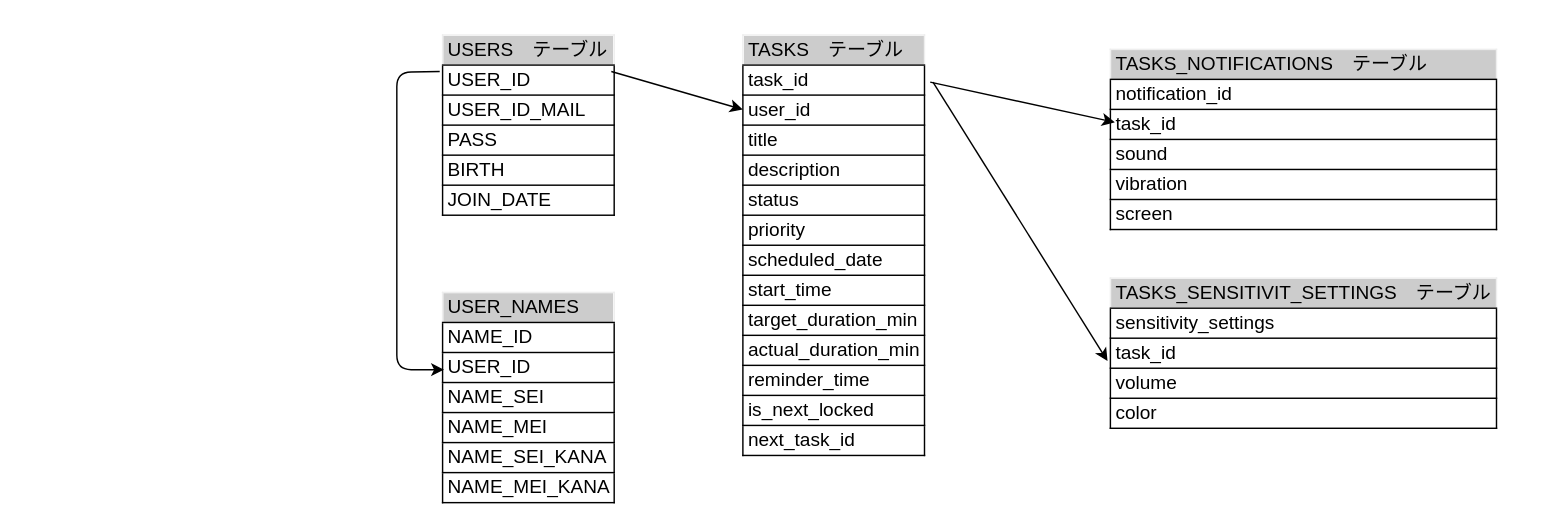
Earlier version of the draw.io diagram page "ER図" (2 of 7) of 遷移図/Whole.drawio (ooese/FocusStep). Source tidied: cells renumbered, new cells numbered last; positions are measured from the earlier drawing's top-left corner, leaving out a move shared by most shapes. Both pictures are drawn from the tidied source at 143%, with x=0, y=0 at pixel (396, 24).
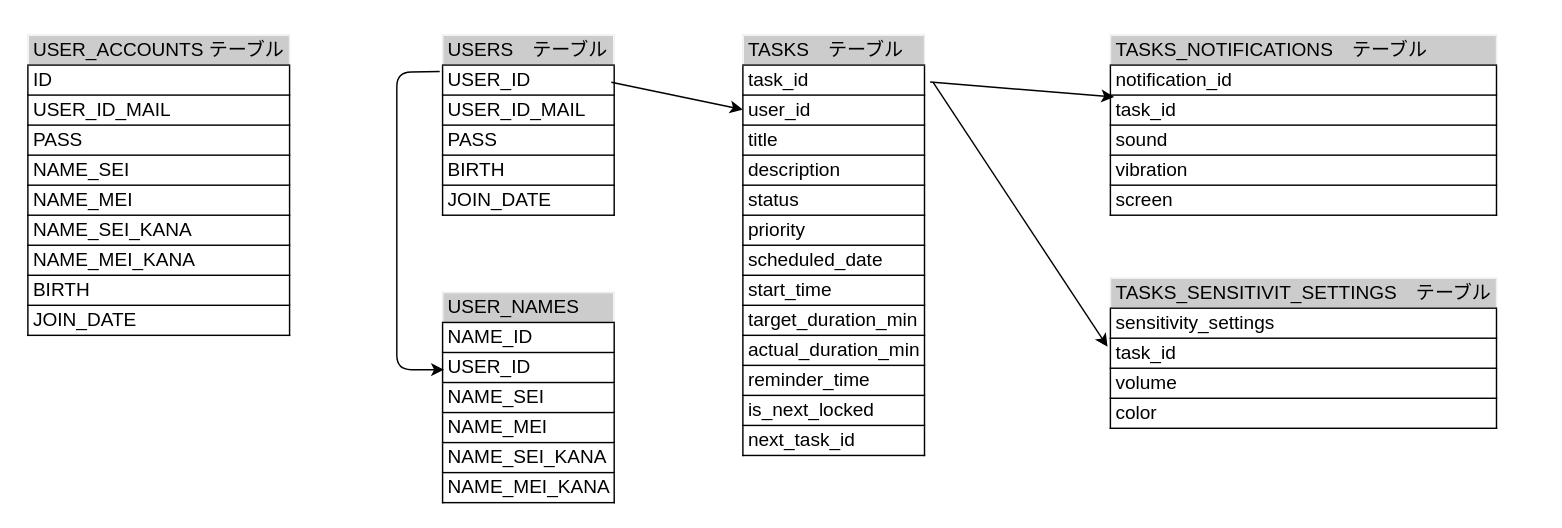
The same page after the edit.

Change to the diagram source:
```diff
@@
 <mxGraphModel>
   <root>
     <mxCell id="0" />
     <mxCell id="1" parent="0" />
     <mxCell id="2" value="&lt;table xmlns=&quot;http://www.w3.org/1999/xhtml&quot; cellspacing=&quot;0&quot; cellpadding=&quot;0&quot; dir=&quot;ltr&quot; border=&quot;1&quot; style=&quot;table-layout:fixed;font-size:10pt;font-family:Arial;width:0px;border-collapse:collapse;border:none&quot;&gt;&lt;colgroup&gt;&lt;col width=&quot;120&quot;&gt;&lt;/colgroup&gt;&lt;tbody&gt;&lt;tr style=&quot;height:21px;&quot;&gt;&lt;td style=&quot;border-bottom:1px solid #000000;overflow:hidden;padding:2px 3px 2px 3px;vertical-align:bottom;background-color:#cccccc;&quot;&gt;USERS　テーブル&lt;/td&gt;&lt;/tr&gt;&lt;tr style=&quot;height:21px;&quot;&gt;&lt;td style=&quot;border-right:1px solid #000000;border-bottom:1px solid #000000;border-left:1px solid #000000;overflow:hidden;padding:2px 3px 2px 3px;vertical-align:bottom;&quot;&gt;USER_ID&lt;/td&gt;&lt;/tr&gt;&lt;tr style=&quot;height:21px;&quot;&gt;&lt;td style=&quot;border-right:1px solid #000000;border-bottom:1px solid #000000;border-left:1px solid #000000;overflow:hidden;padding:2px 3px 2px 3px;vertical-align:bottom;&quot;&gt;USER_ID_MAIL&lt;/td&gt;&lt;/tr&gt;&lt;tr style=&quot;height:21px;&quot;&gt;&lt;td style=&quot;border-right:1px solid #000000;border-bottom:1px solid #000000;border-left:1px solid #000000;overflow:hidden;padding:2px 3px 2px 3px;vertical-align:bottom;&quot;&gt;PASS&lt;/td&gt;&lt;/tr&gt;&lt;tr style=&quot;height:21px;&quot;&gt;&lt;td style=&quot;border-right:1px solid #000000;border-bottom:1px solid #000000;border-left:1px solid #000000;overflow:hidden;padding:2px 3px 2px 3px;vertical-align:bottom;&quot;&gt;BIRTH&lt;/td&gt;&lt;/tr&gt;&lt;tr style=&quot;height:21px;&quot;&gt;&lt;td style=&quot;border-right:1px solid #000000;border-bottom:1px solid #000000;border-left:1px solid #000000;overflow:hidden;padding:2px 3px 2px 3px;vertical-align:bottom;&quot;&gt;JOIN_DATE&lt;/td&gt;&lt;/tr&gt;&lt;/tbody&gt;&lt;/table&gt;" style="text;whiteSpace=wrap;html=1;" parent="1" vertex="1">
       <mxGeometry x="30" width="120" height="130" as="geometry" />
     </mxCell>
     <mxCell id="3" value="&lt;table xmlns=&quot;http://www.w3.org/1999/xhtml&quot; cellspacing=&quot;0&quot; cellpadding=&quot;0&quot; dir=&quot;ltr&quot; border=&quot;1&quot; style=&quot;table-layout:fixed;font-size:10pt;font-family:Arial;width:0px;border-collapse:collapse;border:none&quot;&gt;&lt;colgroup&gt;&lt;col width=&quot;120&quot;&gt;&lt;/colgroup&gt;&lt;tbody&gt;&lt;tr style=&quot;height:21px;&quot;&gt;&lt;td style=&quot;border-bottom:1px solid #000000;overflow:hidden;padding:2px 3px 2px 3px;vertical-align:bottom;background-color:#cccccc;&quot;&gt;USER_NAMES&lt;/td&gt;&lt;/tr&gt;&lt;tr style=&quot;height:21px;&quot;&gt;&lt;td style=&quot;border-right:1px solid #000000;border-bottom:1px solid #000000;border-left:1px solid #000000;overflow:hidden;padding:2px 3px 2px 3px;vertical-align:bottom;&quot;&gt;NAME_ID&lt;/td&gt;&lt;/tr&gt;&lt;tr style=&quot;height:21px;&quot;&gt;&lt;td style=&quot;border-right:1px solid #000000;border-bottom:1px solid #000000;border-left:1px solid #000000;overflow:hidden;padding:2px 3px 2px 3px;vertical-align:bottom;&quot;&gt;USER_ID&lt;/td&gt;&lt;/tr&gt;&lt;tr style=&quot;height:21px;&quot;&gt;&lt;td style=&quot;border-right:1px solid #000000;border-bottom:1px solid #000000;border-left:1px solid #000000;overflow:hidden;padding:2px 3px 2px 3px;vertical-align:bottom;&quot;&gt;NAME_SEI&lt;/td&gt;&lt;/tr&gt;&lt;tr style=&quot;height:21px;&quot;&gt;&lt;td style=&quot;border-right:1px solid #000000;border-bottom:1px solid #000000;border-left:1px solid #000000;overflow:hidden;padding:2px 3px 2px 3px;vertical-align:bottom;&quot;&gt;NAME_MEI&lt;/td&gt;&lt;/tr&gt;&lt;tr style=&quot;height:21px;&quot;&gt;&lt;td style=&quot;border-right:1px solid #000000;border-bottom:1px solid #000000;border-left:1px solid #000000;overflow:hidden;padding:2px 3px 2px 3px;vertical-align:bottom;&quot;&gt;NAME_SEI_KANA&lt;/td&gt;&lt;/tr&gt;&lt;tr style=&quot;height:21px;&quot;&gt;&lt;td style=&quot;border-right:1px solid #000000;border-bottom:1px solid #000000;border-left:1px solid #000000;overflow:hidden;padding:2px 3px 2px 3px;vertical-align:bottom;&quot;&gt;NAME_MEI_KANA&lt;/td&gt;&lt;/tr&gt;&lt;/tbody&gt;&lt;/table&gt;" style="text;whiteSpace=wrap;html=1;" parent="1" vertex="1">
       <mxGeometry x="30" y="180" width="120" height="150" as="geometry" />
     </mxCell>
     <mxCell id="4" style="edgeStyle=none;html=1;exitX=1.038;exitY=0.133;exitDx=0;exitDy=0;entryX=0;entryY=0.5;entryDx=0;entryDy=0;exitPerimeter=0;" parent="1" edge="1" source="5" target="7">
       <mxGeometry relative="1" as="geometry" />
     </mxCell>
     <mxCell id="5" value="&lt;table xmlns=&quot;http://www.w3.org/1999/xhtml&quot; cellspacing=&quot;0&quot; cellpadding=&quot;0&quot; dir=&quot;ltr&quot; border=&quot;1&quot; style=&quot;table-layout:fixed;font-size:10pt;font-family:Arial;width:0px;border-collapse:collapse;border:none&quot;&gt;&lt;colgroup&gt;&lt;col width=&quot;127&quot;&gt;&lt;/colgroup&gt;&lt;tbody&gt;&lt;tr style=&quot;height:21px;&quot;&gt;&lt;td style=&quot;border-bottom:1px solid #000000;overflow:hidden;padding:2px 3px 2px 3px;vertical-align:bottom;background-color:#cccccc;&quot;&gt;TASKS　テーブル&lt;/td&gt;&lt;/tr&gt;&lt;tr style=&quot;height:21px;&quot;&gt;&lt;td style=&quot;border-right:1px solid #000000;border-bottom:1px solid #000000;border-left:1px solid #000000;overflow:hidden;padding:2px 3px 2px 3px;vertical-align:bottom;&quot;&gt;task_id&lt;/td&gt;&lt;/tr&gt;&lt;tr style=&quot;height:21px;&quot;&gt;&lt;td style=&quot;border-right:1px solid #000000;border-bottom:1px solid #000000;border-left:1px solid #000000;overflow:hidden;padding:2px 3px 2px 3px;vertical-align:bottom;&quot;&gt;user_id&lt;/td&gt;&lt;/tr&gt;&lt;tr style=&quot;height:21px;&quot;&gt;&lt;td style=&quot;border-right:1px solid #000000;border-bottom:1px solid #000000;border-left:1px solid #000000;overflow:hidden;padding:2px 3px 2px 3px;vertical-align:bottom;&quot;&gt;title&lt;/td&gt;&lt;/tr&gt;&lt;tr style=&quot;height:21px;&quot;&gt;&lt;td style=&quot;border-right:1px solid #000000;border-bottom:1px solid #000000;border-left:1px solid #000000;overflow:hidden;padding:2px 3px 2px 3px;vertical-align:bottom;&quot;&gt;description&lt;/td&gt;&lt;/tr&gt;&lt;tr style=&quot;height:21px;&quot;&gt;&lt;td style=&quot;border-right:1px solid #000000;border-bottom:1px solid #000000;border-left:1px solid #000000;overflow:hidden;padding:2px 3px 2px 3px;vertical-align:bottom;&quot;&gt;status&lt;/td&gt;&lt;/tr&gt;&lt;tr style=&quot;height:21px;&quot;&gt;&lt;td style=&quot;border-right:1px solid #000000;border-bottom:1px solid #000000;border-left:1px solid #000000;overflow:hidden;padding:2px 3px 2px 3px;vertical-align:bottom;&quot;&gt;priority&lt;/td&gt;&lt;/tr&gt;&lt;tr style=&quot;height:21px;&quot;&gt;&lt;td style=&quot;border-right:1px solid #000000;border-bottom:1px solid #000000;border-left:1px solid #000000;overflow:hidden;padding:2px 3px 2px 3px;vertical-align:bottom;&quot;&gt;scheduled_date&lt;/td&gt;&lt;/tr&gt;&lt;tr style=&quot;height:21px;&quot;&gt;&lt;td style=&quot;border-right:1px solid #000000;border-bottom:1px solid #000000;border-left:1px solid #000000;overflow:hidden;padding:2px 3px 2px 3px;vertical-align:bottom;&quot;&gt;start_time&lt;/td&gt;&lt;/tr&gt;&lt;tr style=&quot;height:21px;&quot;&gt;&lt;td style=&quot;border-right:1px solid #000000;border-bottom:1px solid #000000;border-left:1px solid #000000;overflow:hidden;padding:2px 3px 2px 3px;vertical-align:bottom;&quot;&gt;target_duration_min&lt;/td&gt;&lt;/tr&gt;&lt;tr style=&quot;height:21px;&quot;&gt;&lt;td style=&quot;border-right:1px solid #000000;border-bottom:1px solid #000000;border-left:1px solid #000000;overflow:hidden;padding:2px 3px 2px 3px;vertical-align:bottom;&quot;&gt;actual_duration_min&lt;/td&gt;&lt;/tr&gt;&lt;tr style=&quot;height:21px;&quot;&gt;&lt;td style=&quot;border-right:1px solid #000000;border-bottom:1px solid #000000;border-left:1px solid #000000;overflow:hidden;padding:2px 3px 2px 3px;vertical-align:bottom;&quot;&gt;reminder_time&lt;/td&gt;&lt;/tr&gt;&lt;tr style=&quot;height:21px;&quot;&gt;&lt;td style=&quot;border-right:1px solid #000000;border-bottom:1px solid #000000;border-left:1px solid #000000;overflow:hidden;padding:2px 3px 2px 3px;vertical-align:bottom;&quot;&gt;is_next_locked&lt;/td&gt;&lt;/tr&gt;&lt;tr style=&quot;height:21px;&quot;&gt;&lt;td style=&quot;border-right:1px solid #000000;border-bottom:1px solid #000000;border-left:1px solid #000000;overflow:hidden;padding:2px 3px 2px 3px;vertical-align:bottom;&quot;&gt;next_task_id&lt;/td&gt;&lt;/tr&gt;&lt;/tbody&gt;&lt;/table&gt;" style="text;whiteSpace=wrap;html=1;" parent="1" vertex="1">
       <mxGeometry x="240" width="130" height="300" as="geometry" />
     </mxCell>
     <mxCell id="6" value="&lt;table xmlns=&quot;http://www.w3.org/1999/xhtml&quot; cellspacing=&quot;0&quot; cellpadding=&quot;0&quot; dir=&quot;ltr&quot; border=&quot;1&quot; style=&quot;table-layout:fixed;font-size:10pt;font-family:Arial;width:0px;border-collapse:collapse;border:none&quot;&gt;&lt;colgroup&gt;&lt;col width=&quot;270&quot;&gt;&lt;/colgroup&gt;&lt;tbody&gt;&lt;tr style=&quot;height:21px;&quot;&gt;&lt;td style=&quot;border-bottom:1px solid #000000;overflow:hidden;padding:2px 3px 2px 3px;vertical-align:bottom;background-color:#cccccc;&quot;&gt;TASKS_NOTIFICATIONS　テーブル&lt;/td&gt;&lt;/tr&gt;&lt;tr style=&quot;height:21px;&quot;&gt;&lt;td style=&quot;border-right:1px solid #000000;border-bottom:1px solid #000000;border-left:1px solid #000000;overflow:hidden;padding:2px 3px 2px 3px;vertical-align:bottom;&quot;&gt;notification_id&lt;/td&gt;&lt;/tr&gt;&lt;tr style=&quot;height:21px;&quot;&gt;&lt;td style=&quot;border-right:1px solid #000000;border-bottom:1px solid #000000;border-left:1px solid #000000;overflow:hidden;padding:2px 3px 2px 3px;vertical-align:bottom;&quot;&gt;task_id&lt;/td&gt;&lt;/tr&gt;&lt;tr style=&quot;height:21px;&quot;&gt;&lt;td style=&quot;border-right:1px solid #000000;border-bottom:1px solid #000000;border-left:1px solid #000000;overflow:hidden;padding:2px 3px 2px 3px;vertical-align:bottom;&quot;&gt;sound&lt;/td&gt;&lt;/tr&gt;&lt;tr style=&quot;height:21px;&quot;&gt;&lt;td style=&quot;border-right:1px solid #000000;border-bottom:1px solid #000000;border-left:1px solid #000000;overflow:hidden;padding:2px 3px 2px 3px;vertical-align:bottom;&quot;&gt;vibration&lt;/td&gt;&lt;/tr&gt;&lt;tr style=&quot;height:21px;&quot;&gt;&lt;td style=&quot;border-right:1px solid #000000;border-bottom:1px solid #000000;border-left:1px solid #000000;overflow:hidden;padding:2px 3px 2px 3px;vertical-align:bottom;&quot;&gt;screen&lt;/td&gt;&lt;/tr&gt;&lt;/tbody&gt;&lt;/table&gt;" style="text;whiteSpace=wrap;html=1;" parent="1" vertex="1">
-      <mxGeometry x="497" y="10" width="300" height="150" as="geometry" />
+      <mxGeometry x="497" width="273" height="130" as="geometry" />
     </mxCell>
     <mxCell id="7" value="&lt;table xmlns=&quot;http://www.w3.org/1999/xhtml&quot; cellspacing=&quot;0&quot; cellpadding=&quot;0&quot; dir=&quot;ltr&quot; border=&quot;1&quot; style=&quot;table-layout:fixed;font-size:10pt;font-family:Arial;width:0px;border-collapse:collapse;border:none&quot;&gt;&lt;colgroup&gt;&lt;col width=&quot;270&quot;&gt;&lt;/colgroup&gt;&lt;tbody&gt;&lt;tr style=&quot;height:21px;&quot;&gt;&lt;td style=&quot;border-bottom:1px solid #000000;overflow:hidden;padding:2px 3px 2px 3px;vertical-align:bottom;background-color:#cccccc;&quot;&gt;TASKS_SENSITIVIT_SETTINGS　テーブル&lt;/td&gt;&lt;/tr&gt;&lt;tr style=&quot;height:21px;&quot;&gt;&lt;td style=&quot;border-right:1px solid #000000;border-bottom:1px solid #000000;border-left:1px solid #000000;overflow:hidden;padding:2px 3px 2px 3px;vertical-align:bottom;&quot;&gt;sensitivity_settings&lt;/td&gt;&lt;/tr&gt;&lt;tr style=&quot;height:21px;&quot;&gt;&lt;td style=&quot;border-right:1px solid #000000;border-bottom:1px solid #000000;border-left:1px solid #000000;overflow:hidden;padding:2px 3px 2px 3px;vertical-align:bottom;&quot;&gt;task_id&lt;/td&gt;&lt;/tr&gt;&lt;tr style=&quot;height:21px;&quot;&gt;&lt;td style=&quot;border-right:1px solid #000000;border-bottom:1px solid #000000;border-left:1px solid #000000;overflow:hidden;padding:2px 3px 2px 3px;vertical-align:bottom;&quot;&gt;volume&lt;/td&gt;&lt;/tr&gt;&lt;tr style=&quot;height:21px;&quot;&gt;&lt;td style=&quot;border-right:1px solid #000000;border-bottom:1px solid #000000;border-left:1px solid #000000;overflow:hidden;padding:2px 3px 2px 3px;vertical-align:bottom;&quot;&gt;color&lt;/td&gt;&lt;/tr&gt;&lt;/tbody&gt;&lt;/table&gt;" style="text;whiteSpace=wrap;html=1;" parent="1" vertex="1">
-      <mxGeometry x="497" y="170" width="300" height="130" as="geometry" />
+      <mxGeometry x="497" y="170" width="273" height="110" as="geometry" />
     </mxCell>
-    <mxCell id="8" style="edgeStyle=none;html=1;exitX=1;exitY=0.25;exitDx=0;exitDy=0;entryX=0.015;entryY=0.197;entryDx=0;entryDy=0;entryPerimeter=0;" parent="1" edge="1" source="2" target="5">
+    <mxCell id="8" style="edgeStyle=none;html=1;exitX=1;exitY=0.308;exitDx=0;exitDy=0;entryX=0.015;entryY=0.197;entryDx=0;entryDy=0;entryPerimeter=0;exitPerimeter=0;" parent="1" edge="1" source="2" target="5">
       <mxGeometry relative="1" as="geometry" />
     </mxCell>
     <mxCell id="9" style="edgeStyle=none;html=1;exitX=0;exitY=0.25;exitDx=0;exitDy=0;entryX=0.025;entryY=0.407;entryDx=0;entryDy=0;entryPerimeter=0;" parent="1" edge="1" source="2" target="3">
       <mxGeometry relative="1" as="geometry">
         <Array as="points">
           <mxPoint y="33" />
           <mxPoint y="241" />
         </Array>
       </mxGeometry>
     </mxCell>
     <mxCell id="10" style="edgeStyle=none;html=1;exitX=1.023;exitY=0.133;exitDx=0;exitDy=0;entryX=0.017;entryY=0.387;entryDx=0;entryDy=0;entryPerimeter=0;exitPerimeter=0;" parent="1" edge="1" source="5" target="6">
       <mxGeometry relative="1" as="geometry" />
     </mxCell>
+    <mxCell id="11" value="&lt;table xmlns=&quot;http://www.w3.org/1999/xhtml&quot; cellspacing=&quot;0&quot; cellpadding=&quot;0&quot; dir=&quot;ltr&quot; border=&quot;1&quot; style=&quot;table-layout:fixed;font-size:10pt;font-family:Arial;width:0px;border-collapse:collapse;border:none&quot;&gt;&lt;colgroup&gt;&lt;col width=&quot;183&quot;&gt;&lt;/colgroup&gt;&lt;tbody&gt;&lt;tr style=&quot;height:21px;&quot;&gt;&lt;td style=&quot;border-bottom:1px solid #000000;overflow:hidden;padding:2px 3px 2px 3px;vertical-align:bottom;background-color:#cccccc;&quot;&gt;USER_ACCOUNTS テーブル&lt;/td&gt;&lt;/tr&gt;&lt;tr style=&quot;height:21px;&quot;&gt;&lt;td style=&quot;border-right:1px solid #000000;border-bottom:1px solid #000000;border-left:1px solid #000000;overflow:hidden;padding:2px 3px 2px 3px;vertical-align:bottom;&quot;&gt;ID&lt;/td&gt;&lt;/tr&gt;&lt;tr style=&quot;height:21px;&quot;&gt;&lt;td style=&quot;border-right:1px solid #000000;border-bottom:1px solid #000000;border-left:1px solid #000000;overflow:hidden;padding:2px 3px 2px 3px;vertical-align:bottom;&quot;&gt;USER_ID_MAIL&lt;/td&gt;&lt;/tr&gt;&lt;tr style=&quot;height:21px;&quot;&gt;&lt;td style=&quot;border-right:1px solid #000000;border-bottom:1px solid #000000;border-left:1px solid #000000;overflow:hidden;padding:2px 3px 2px 3px;vertical-align:bottom;&quot;&gt;PASS&lt;/td&gt;&lt;/tr&gt;&lt;tr style=&quot;height:21px;&quot;&gt;&lt;td style=&quot;border-right:1px solid #000000;border-bottom:1px solid #000000;border-left:1px solid #000000;overflow:hidden;padding:2px 3px 2px 3px;vertical-align:bottom;&quot;&gt;NAME_SEI&lt;/td&gt;&lt;/tr&gt;&lt;tr style=&quot;height:21px;&quot;&gt;&lt;td style=&quot;border-right:1px solid #000000;border-bottom:1px solid #000000;border-left:1px solid #000000;overflow:hidden;padding:2px 3px 2px 3px;vertical-align:bottom;&quot;&gt;NAME_MEI&lt;/td&gt;&lt;/tr&gt;&lt;tr style=&quot;height:21px;&quot;&gt;&lt;td style=&quot;border-right:1px solid #000000;border-bottom:1px solid #000000;border-left:1px solid #000000;overflow:hidden;padding:2px 3px 2px 3px;vertical-align:bottom;&quot;&gt;NAME_SEI_KANA&lt;/td&gt;&lt;/tr&gt;&lt;tr style=&quot;height:21px;&quot;&gt;&lt;td style=&quot;border-right:1px solid #000000;border-bottom:1px solid #000000;border-left:1px solid #000000;overflow:hidden;padding:2px 3px 2px 3px;vertical-align:bottom;&quot;&gt;NAME_MEI_KANA&lt;/td&gt;&lt;/tr&gt;&lt;tr style=&quot;height:21px;&quot;&gt;&lt;td style=&quot;border-right:1px solid #000000;border-bottom:1px solid #000000;border-left:1px solid #000000;overflow:hidden;padding:2px 3px 2px 3px;vertical-align:bottom;&quot;&gt;BIRTH&lt;/td&gt;&lt;/tr&gt;&lt;tr style=&quot;height:21px;&quot;&gt;&lt;td style=&quot;border-right:1px solid #000000;border-bottom:1px solid #000000;border-left:1px solid #000000;overflow:hidden;padding:2px 3px 2px 3px;vertical-align:bottom;&quot;&gt;JOIN_DATE&lt;/td&gt;&lt;/tr&gt;&lt;/tbody&gt;&lt;/table&gt;" style="text;whiteSpace=wrap;html=1;" parent="1" vertex="1">
+      <mxGeometry x="-260" width="220" height="230" as="geometry" />
+    </mxCell>
   </root>
 </mxGraphModel>
```
